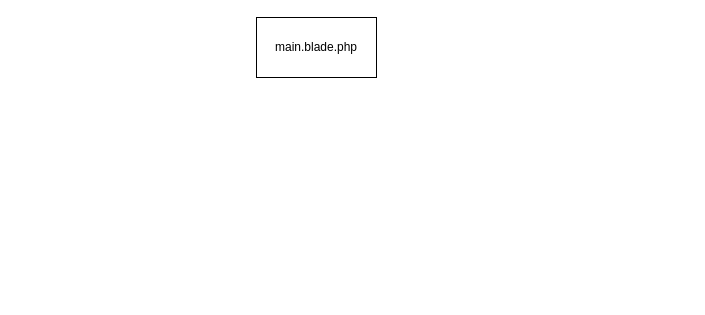
This is SurveyVuejs_01.drawio from 0gravity000/er001, a draw.io file, before an edit. Source tidied: cells renumbered, new cells numbered last; positions are measured from the earlier drawing's top-left corner, leaving out a move shared by most shapes. Both pictures are drawn from the tidied source at 100%, with x=0, y=0 at pixel (256, 17).
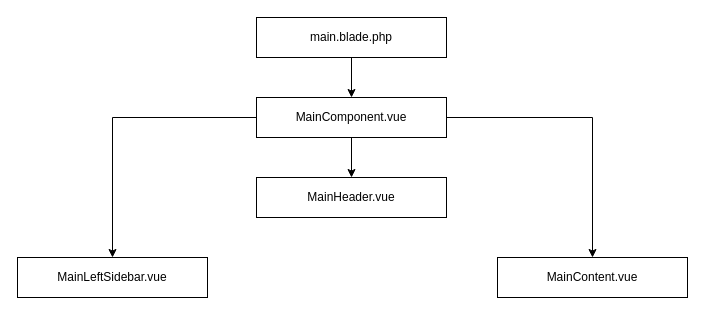
The same diagram, later.

Change to the diagram source:
```diff
@@
 <mxGraphModel>
   <root>
     <mxCell id="0" />
     <mxCell id="1" parent="0" />
+    <mxCell id="3" style="edgeStyle=orthogonalEdgeStyle;rounded=0;jettySize=auto;html=1;exitX=0.5;exitY=1;exitDx=0;exitDy=0;" parent="1" edge="1" source="2" target="7">
+      <mxGeometry relative="1" as="geometry" />
+    </mxCell>
     <mxCell id="2" value="main.blade.php" style="rounded=0;whiteSpace=wrap;html=1;" parent="1" vertex="1">
-      <mxGeometry width="120" height="60" as="geometry" />
+      <mxGeometry width="190" height="40" as="geometry" />
     </mxCell>
+    <mxCell id="4" style="edgeStyle=orthogonalEdgeStyle;rounded=0;jettySize=auto;html=1;exitX=0.5;exitY=1;exitDx=0;exitDy=0;entryX=0.5;entryY=0;entryDx=0;entryDy=0;" parent="1" edge="1" source="7" target="9">
+      <mxGeometry relative="1" as="geometry" />
+    </mxCell>
+    <mxCell id="5" style="edgeStyle=orthogonalEdgeStyle;rounded=0;jettySize=auto;html=1;exitX=0;exitY=0.5;exitDx=0;exitDy=0;entryX=0.5;entryY=0;entryDx=0;entryDy=0;" parent="1" edge="1" source="7" target="8">
+      <mxGeometry relative="1" as="geometry" />
+    </mxCell>
+    <mxCell id="6" style="edgeStyle=orthogonalEdgeStyle;rounded=0;jettySize=auto;html=1;exitX=1;exitY=0.5;exitDx=0;exitDy=0;entryX=0.5;entryY=0;entryDx=0;entryDy=0;" parent="1" edge="1" source="7" target="10">
+      <mxGeometry relative="1" as="geometry" />
+    </mxCell>
+    <mxCell id="7" value="MainComponent.vue" style="rounded=0;whiteSpace=wrap;html=1;" parent="1" vertex="1">
+      <mxGeometry y="80" width="190" height="40" as="geometry" />
+    </mxCell>
+    <mxCell id="8" value="MainLeftSidebar.vue" style="rounded=0;whiteSpace=wrap;html=1;" parent="1" vertex="1">
+      <mxGeometry x="-239" y="240" width="190" height="40" as="geometry" />
+    </mxCell>
+    <mxCell id="9" value="MainHeader.vue" style="rounded=0;whiteSpace=wrap;html=1;" parent="1" vertex="1">
+      <mxGeometry y="160" width="190" height="40" as="geometry" />
+    </mxCell>
+    <mxCell id="10" value="MainContent.vue" style="rounded=0;whiteSpace=wrap;html=1;" parent="1" vertex="1">
+      <mxGeometry x="241" y="240" width="190" height="40" as="geometry" />
+    </mxCell>
   </root>
 </mxGraphModel>
```
